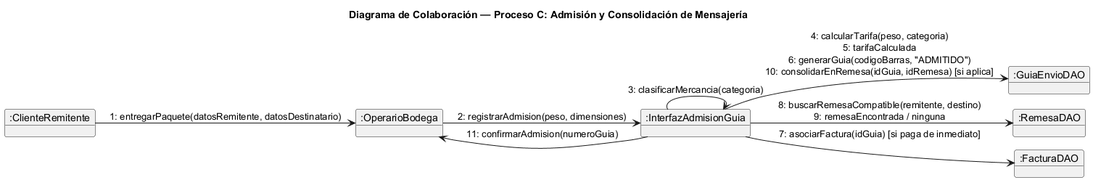
Before: docs/parcial-primer-corte/diagramas/colaboracion/colaboracion_admision_mensajeria.png, a diagram exported from PlantUML (SKing25/Copetran-).
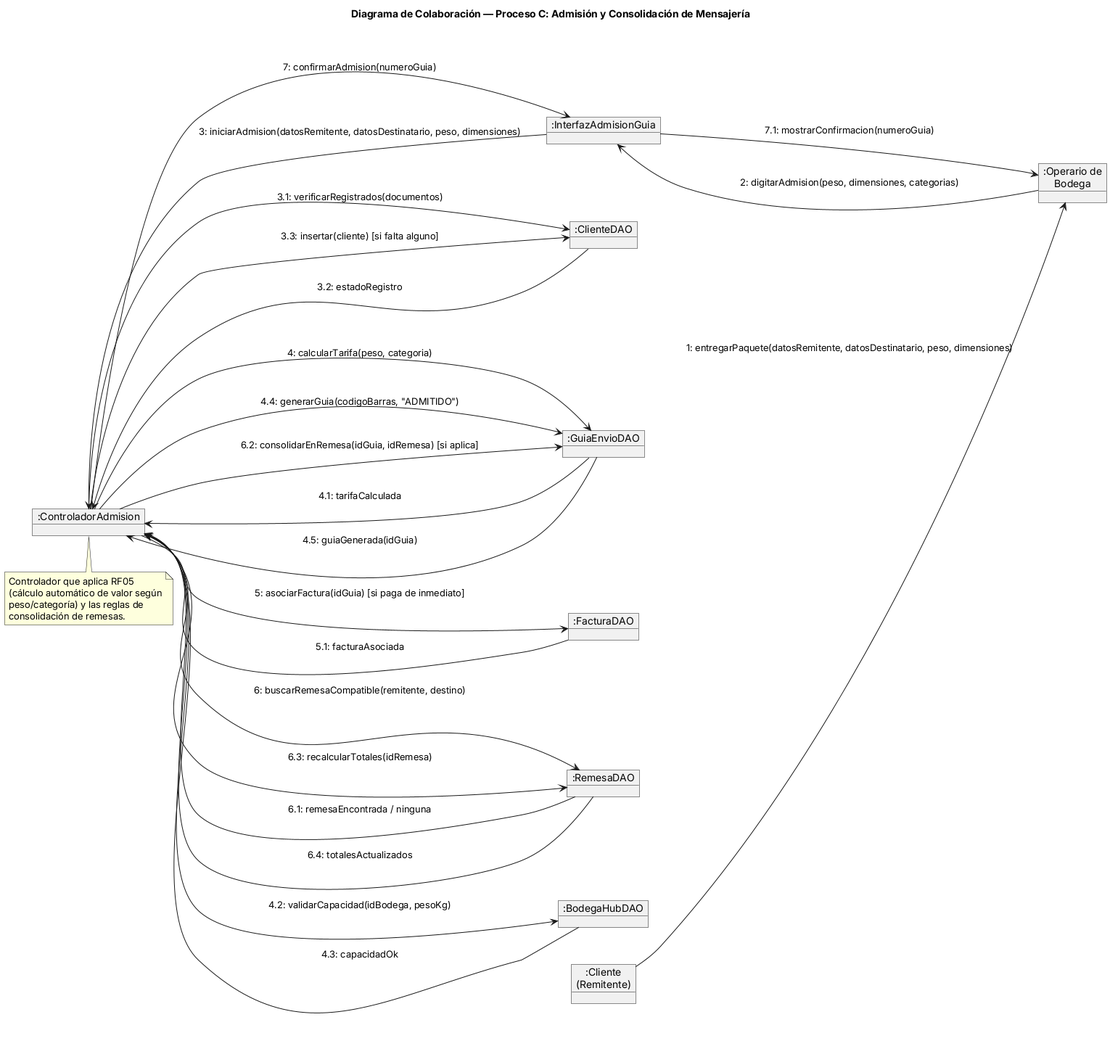
The same file after the commit.

Change to the diagram source:
```diff
@@ -1,22 +1,45 @@
 @startuml colaboracion_admision_mensajeria
-!pragma layout smetana
 title Diagrama de Colaboración — Proceso C: Admisión y Consolidación de Mensajería
-skinparam nodesep 40
+skinparam nodesep 50
 skinparam ranksep 70
 left to right direction
 
-object ":ClienteRemitente" as remitente
-object ":OperarioBodega" as operario
+object ":Cliente\n(Remitente)" as remitente
+object ":Operario de\nBodega" as operario
 object ":InterfazAdmisionGuia" as ui
+object ":ControladorAdmision" as ctrl
+object ":ClienteDAO" as clienteDAO
 object ":GuiaEnvioDAO" as guiaDAO
+object ":FacturaDAO" as facturaDAO
 object ":RemesaDAO" as remesaDAO
-object ":FacturaDAO" as facturaDAO
+object ":BodegaHubDAO" as bodegaDAO
 
-remitente --> operario : 1: entregarPaquete(datosRemitente, datosDestinatario)
-operario --> ui : 2: registrarAdmision(peso, dimensiones)
-ui --> ui : 3: clasificarMercancia(categoria)
-ui --> guiaDAO : 4: calcularTarifa(peso, categoria)\n5: tarifaCalculada\n6: generarGuia(codigoBarras, "ADMITIDO")\n10: consolidarEnRemesa(idGuia, idRemesa) [si aplica]
-ui --> facturaDAO : 7: asociarFactura(idGuia) [si paga de inmediato]
-ui --> remesaDAO : 8: buscarRemesaCompatible(remitente, destino)\n9: remesaEncontrada / ninguna
-ui --> operario : 11: confirmarAdmision(numeroGuia)
+remitente --> operario : 1: entregarPaquete(datosRemitente, datosDestinatario, peso, dimensiones)
+operario --> ui : 2: digitarAdmision(peso, dimensiones, categorias)
+ui --> ctrl : 3: iniciarAdmision(datosRemitente, datosDestinatario, peso, dimensiones)
+ctrl --> clienteDAO : 3.1: verificarRegistrados(documentos)
+clienteDAO --> ctrl : 3.2: estadoRegistro
+ctrl --> clienteDAO : 3.3: insertar(cliente) [si falta alguno]
+ctrl --> guiaDAO : 4: calcularTarifa(peso, categoria)
+guiaDAO --> ctrl : 4.1: tarifaCalculada
+ctrl --> bodegaDAO : 4.2: validarCapacidad(idBodega, pesoKg)
+bodegaDAO --> ctrl : 4.3: capacidadOk
+ctrl --> guiaDAO : 4.4: generarGuia(codigoBarras, "ADMITIDO")
+guiaDAO --> ctrl : 4.5: guiaGenerada(idGuia)
+ctrl --> facturaDAO : 5: asociarFactura(idGuia) [si paga de inmediato]
+facturaDAO --> ctrl : 5.1: facturaAsociada
+ctrl --> remesaDAO : 6: buscarRemesaCompatible(remitente, destino)
+remesaDAO --> ctrl : 6.1: remesaEncontrada / ninguna
+ctrl --> guiaDAO : 6.2: consolidarEnRemesa(idGuia, idRemesa) [si aplica]
+ctrl --> remesaDAO : 6.3: recalcularTotales(idRemesa)
+remesaDAO --> ctrl : 6.4: totalesActualizados
+ctrl --> ui : 7: confirmarAdmision(numeroGuia)
+ui --> operario : 7.1: mostrarConfirmacion(numeroGuia)
+
+note bottom of ctrl
+  Controlador que aplica RF05
+  (cálculo automático de valor según
+  peso/categoría) y las reglas de
+  consolidación de remesas.
+end note
 @enduml
```
